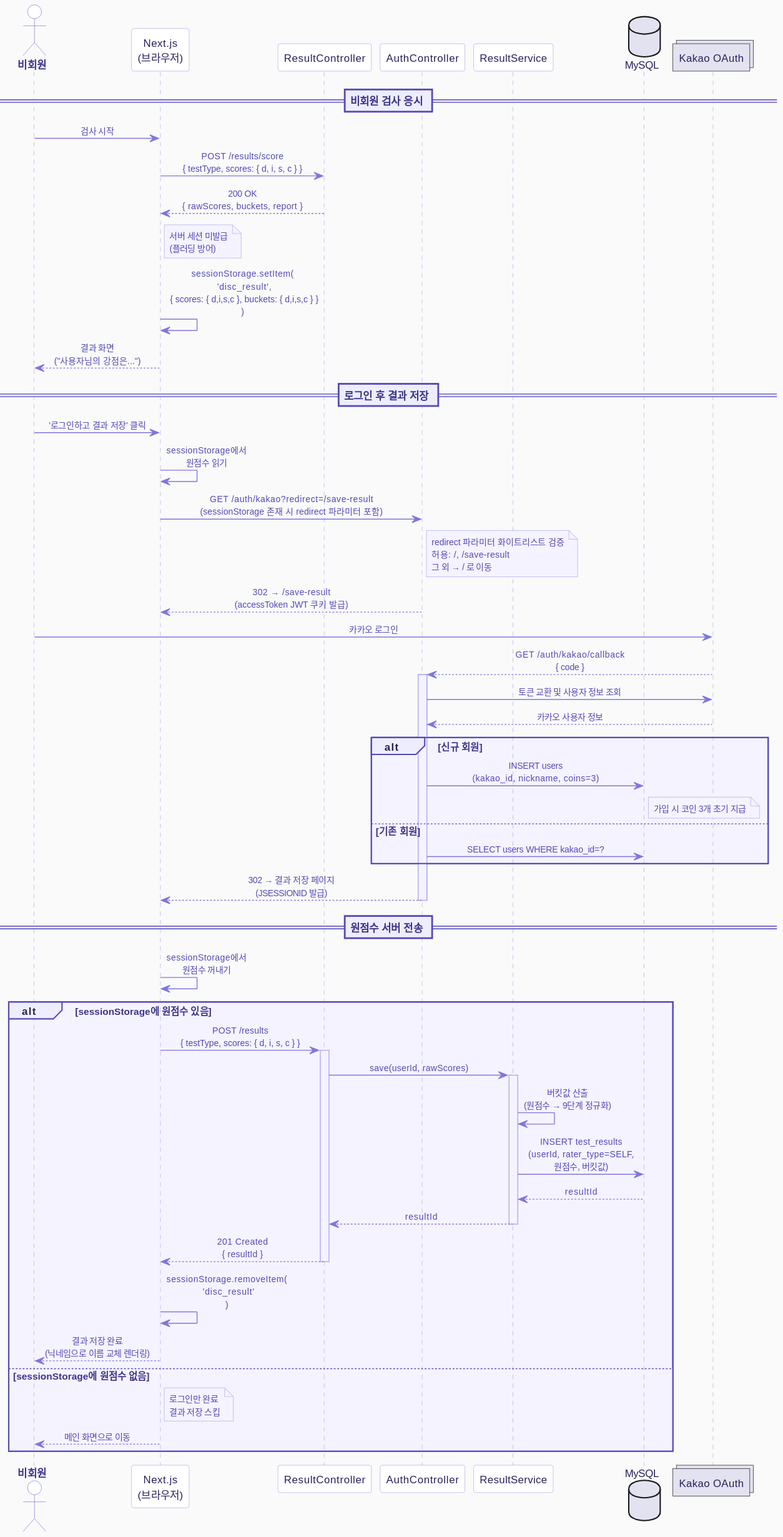
Yush1nk1m/MyCPT keeps this PlantUML diagram as docs/images/MyCPT_Sequence_GuestToMember.svg. Above is the earlier version.
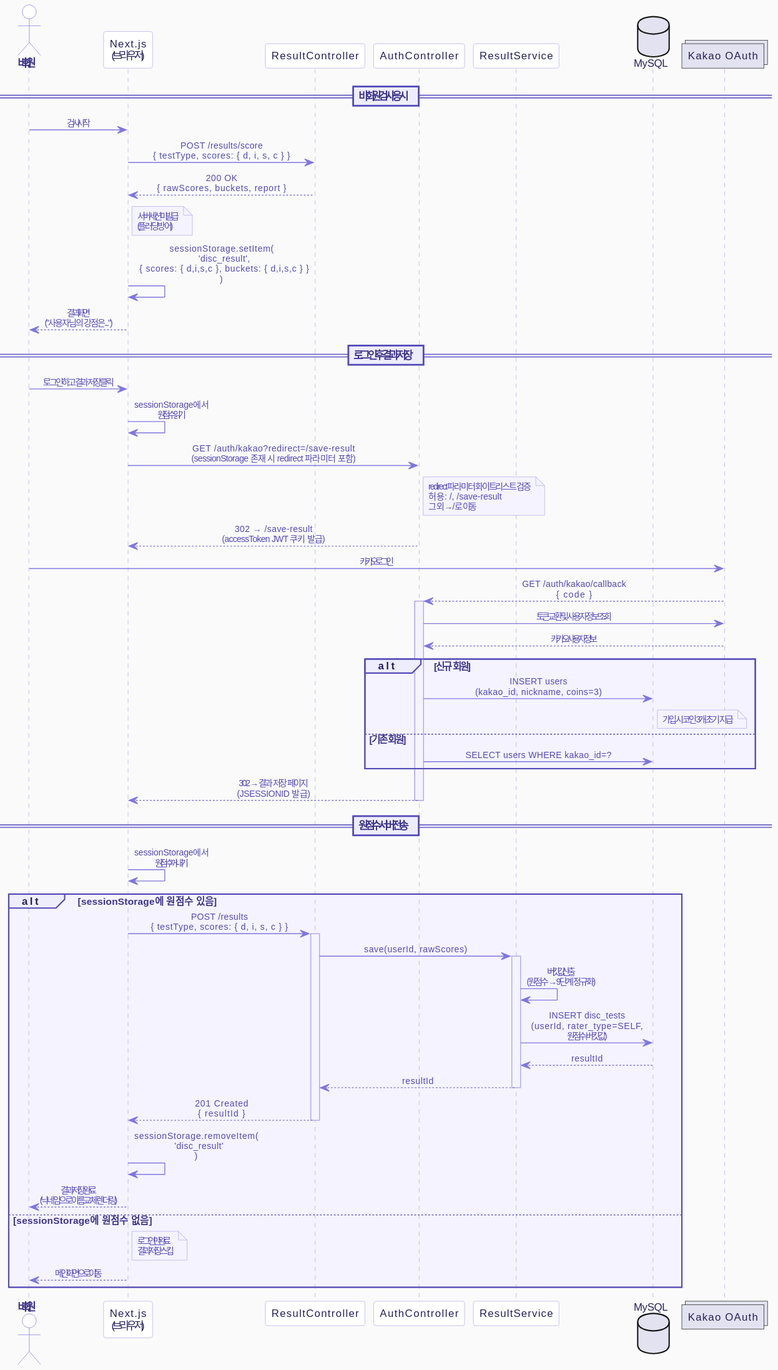
The same file after the commit.

Change to the diagram source:
```diff
@@ -109,7 +109,7 @@
   ResultCtrl -> ResultSvc : save(userId, rawScores)
   activate ResultSvc
   ResultSvc -> ResultSvc : 버킷값 산출\n(원점수 → 9단계 정규화)
-  ResultSvc -> DB : INSERT test_results\n(userId, rater_type=SELF,\n원점수, 버킷값)
+  ResultSvc -> DB : INSERT disc_tests\n(userId, rater_type=SELF,\n원점수, 버킷값)
   DB --> ResultSvc : resultId
   ResultSvc --> ResultCtrl : resultId
   deactivate ResultSvc
```
